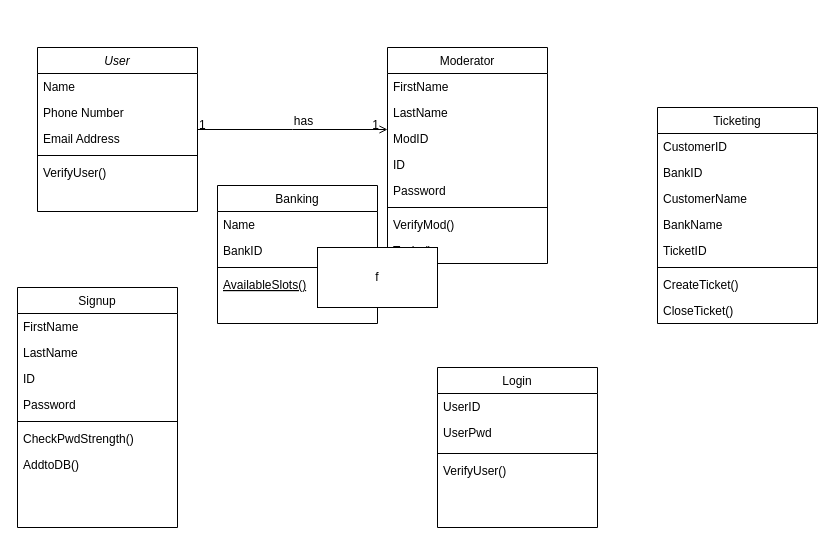
Before: Untitled Diagram.drawio in razashahid107/OOP-Project, a draw.io diagram. Source tidied: cells renumbered, new cells numbered last; positions are measured from the earlier drawing's top-left corner, leaving out a move shared by most shapes. Both pictures are drawn from the tidied source at 100%, with x=0, y=0 at pixel (17, 47).
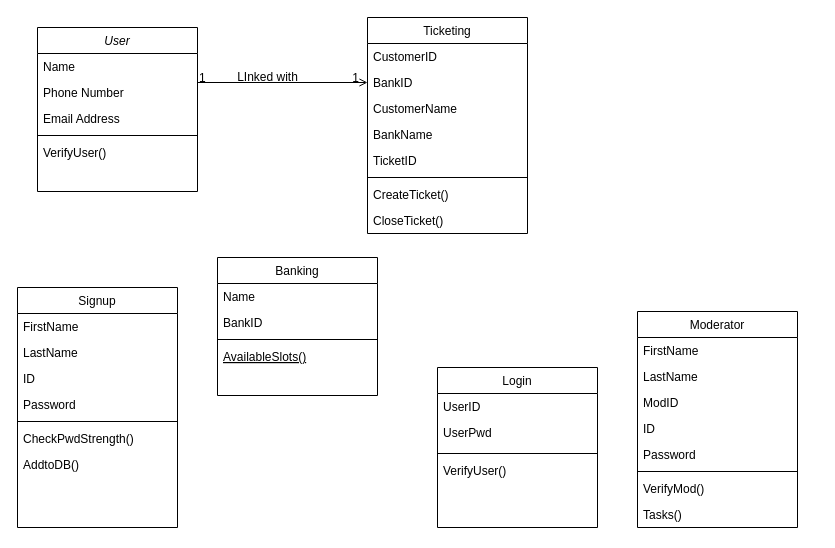
After the change.

Unchanged cells that the change refers to:
```xml
<mxCell id="41" value="BankID" style="text;align=left;verticalAlign=top;spacingLeft=4;spacingRight=4;overflow=hidden;points=[[0,0.5],[1,0.5]];portConstraint=eastwest;rounded=0;shadow=0;html=0;" parent="39" vertex="1">
  <mxGeometry y="52" width="160" height="26" as="geometry" />
</mxCell>
```

The edit, as a diff of the source:
```diff
@@
     <mxCell id="2" value="User" style="swimlane;fontStyle=2;align=center;verticalAlign=top;horizontal=1;startSize=26;rounded=0;shadow=0;strokeWidth=1;" parent="1" vertex="1">
-      <mxGeometry x="20" width="160" height="164" as="geometry" />
+      <mxGeometry x="20" y="-20" width="160" height="164" as="geometry" />
     </mxCell>
@@
     <mxCell id="8" value="Banking" style="swimlane;fontStyle=0;align=center;verticalAlign=top;horizontal=1;startSize=26;rounded=0;shadow=0;strokeWidth=1;" parent="1" vertex="1">
-      <mxGeometry x="200" y="138" width="160" height="138" as="geometry" />
+      <mxGeometry x="200" y="210" width="160" height="138" as="geometry" />
     </mxCell>
@@
     <mxCell id="18" value="Moderator" style="swimlane;fontStyle=0;align=center;verticalAlign=top;horizontal=1;startSize=26;rounded=0;shadow=0;strokeWidth=1;" parent="1" vertex="1">
-      <mxGeometry x="370" width="160" height="216" as="geometry" />
+      <mxGeometry x="620" y="264" width="160" height="216" as="geometry" />
     </mxCell>
@@
-    <mxCell id="27" style="endArrow=open;shadow=0;strokeWidth=1;rounded=0;endFill=1;edgeStyle=elbowEdgeStyle;elbow=vertical;" parent="1" edge="1" source="2" target="18">
+    <mxCell id="27" style="endArrow=open;shadow=0;strokeWidth=1;rounded=0;endFill=1;edgeStyle=elbowEdgeStyle;elbow=vertical;entryX=0;entryY=0.5;entryDx=0;entryDy=0;" parent="1" edge="1" source="2" target="41">
       <mxGeometry x="0.5" y="41" relative="1" as="geometry">
         <mxPoint x="-40" y="32" as="offset" />
       </mxGeometry>
     </mxCell>
@@
-    <mxCell id="30" value="has" style="text;html=1;align=center;verticalAlign=middle;labelBackgroundColor=none;rounded=0;shadow=0;strokeWidth=1;fontSize=12;" parent="27" vertex="1">
-      <mxGeometry x="0.5" y="49" relative="1" as="geometry">
-        <mxPoint x="-38" y="40" as="offset" />
-      </mxGeometry>
-    </mxCell>
@@
     <mxCell id="39" value="Ticketing" style="swimlane;fontStyle=0;align=center;verticalAlign=top;horizontal=1;startSize=26;rounded=0;shadow=0;strokeWidth=1;" parent="1" vertex="1">
-      <mxGeometry x="640" y="60" width="160" height="216" as="geometry" />
+      <mxGeometry x="350" y="-30" width="160" height="216" as="geometry" />
     </mxCell>
@@
-    <mxCell id="48" value="f" style="whiteSpace=wrap;html=1;" parent="1" vertex="1">
-      <mxGeometry x="300" y="200" width="120" height="60" as="geometry" />
-    </mxCell>
+    <mxCell id="49" value="LInked with" style="text;html=1;align=center;verticalAlign=middle;strokeColor=none;fillColor=none;" parent="1" vertex="1">
+      <mxGeometry x="210" y="15" width="80" height="30" as="geometry" />
+    </mxCell>
```
